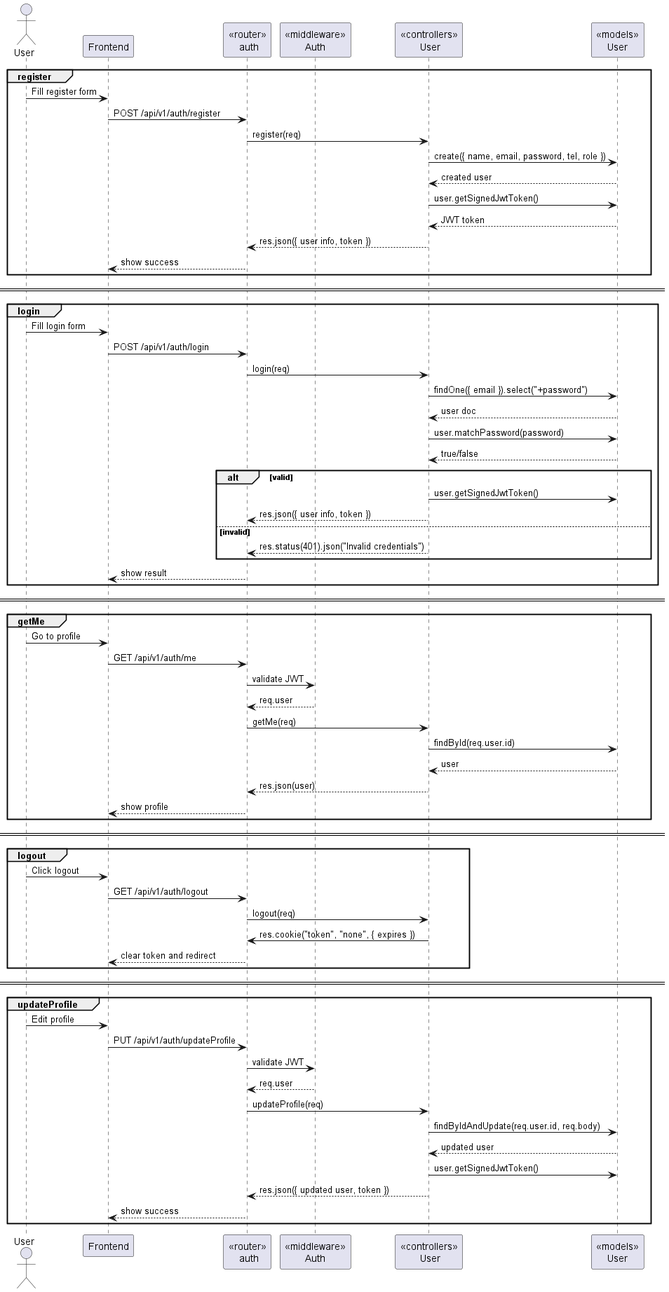
Before: utils/plantUML/pic/user.png, a diagram exported from PlantUML (sw-dev-prac-final-project/backend).
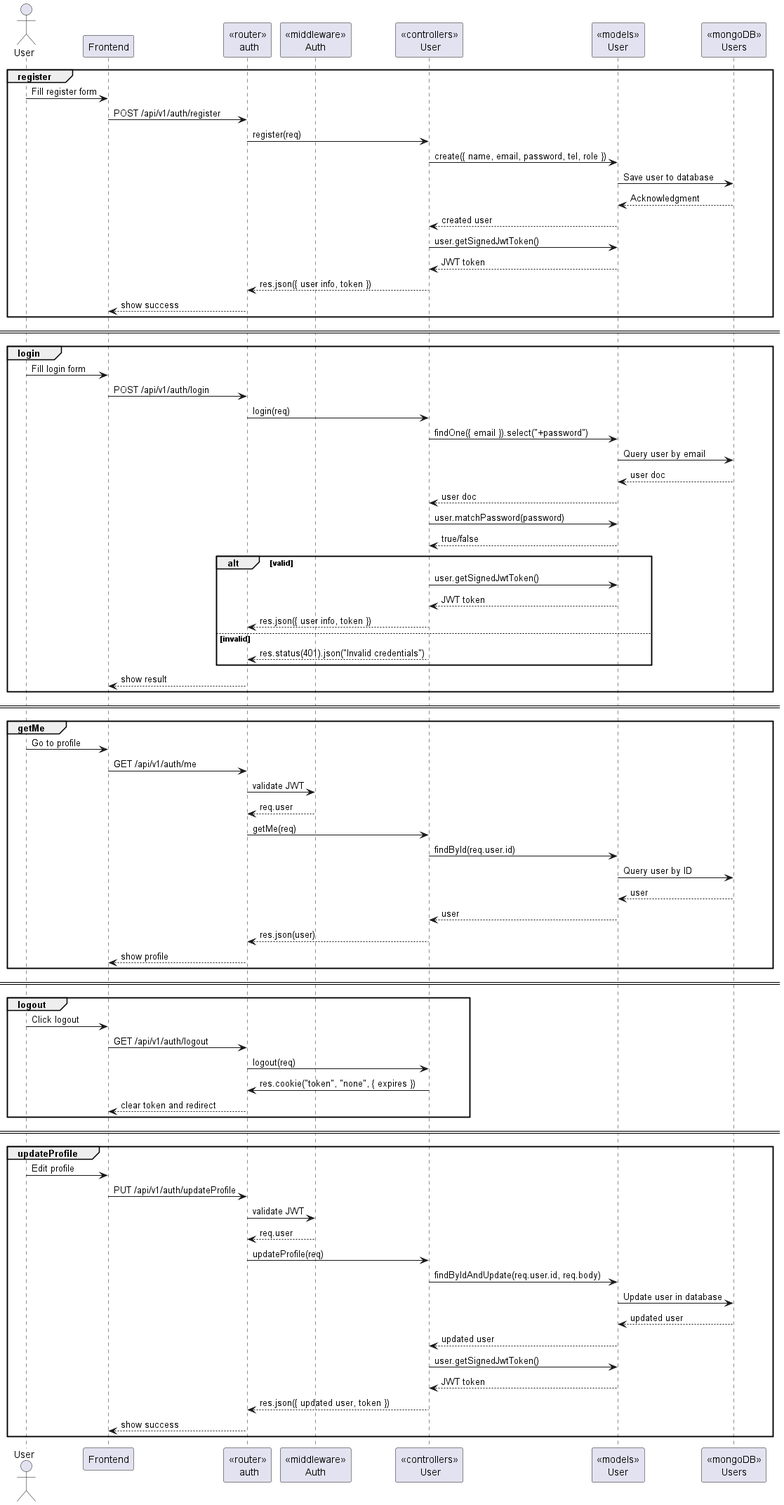
After the commit.

Commit message:
fix: sequence diagram add MongoDB

What changed in the source:
```diff
@@ -5,12 +5,15 @@
 participant "<<middleware>>\nAuth" as Auth
 participant "<<controllers>>\n User" as Controller
 participant "<<models>>\nUser" as UserModel
+participant "<<mongoDB>>\nUsers" as UsersDB
 
 group register
 User -> FE : Fill register form
 FE -> Router : POST /api/v1/auth/register
 Router -> Controller : register(req)
 Controller -> UserModel : create({ name, email, password, tel, role })
+UserModel -> UsersDB : Save user to database
+UsersDB --> UserModel : Acknowledgment
 UserModel --> Controller : created user
 Controller -> UserModel : user.getSignedJwtToken()
 UserModel --> Controller : JWT token
@@ -25,11 +28,14 @@
 FE -> Router : POST /api/v1/auth/login
 Router -> Controller : login(req)
 Controller -> UserModel : findOne({ email }).select("+password")
+UserModel -> UsersDB : Query user by email
+UsersDB --> UserModel : user doc
 UserModel --> Controller : user doc
 Controller -> UserModel : user.matchPassword(password)
 UserModel --> Controller : true/false
 alt valid
   Controller -> UserModel : user.getSignedJwtToken()
+  UserModel --> Controller : JWT token
   Controller --> Router : res.json({ user info, token })
 else invalid
   Controller --> Router : res.status(401).json("Invalid credentials")
@@ -46,6 +52,8 @@
 Auth --> Router : req.user
 Router -> Controller : getMe(req)
 Controller -> UserModel : findById(req.user.id)
+UserModel -> UsersDB : Query user by ID
+UsersDB --> UserModel : user
 UserModel --> Controller : user
 Controller --> Router : res.json(user)
 Router --> FE : show profile
@@ -70,8 +78,11 @@
 Auth --> Router : req.user
 Router -> Controller : updateProfile(req)
 Controller -> UserModel : findByIdAndUpdate(req.user.id, req.body)
+UserModel -> UsersDB : Update user in database
+UsersDB --> UserModel : updated user
 UserModel --> Controller : updated user
 Controller -> UserModel : user.getSignedJwtToken()
+UserModel --> Controller : JWT token
 Controller --> Router : res.json({ updated user, token })
 Router --> FE : show success
 end
```
